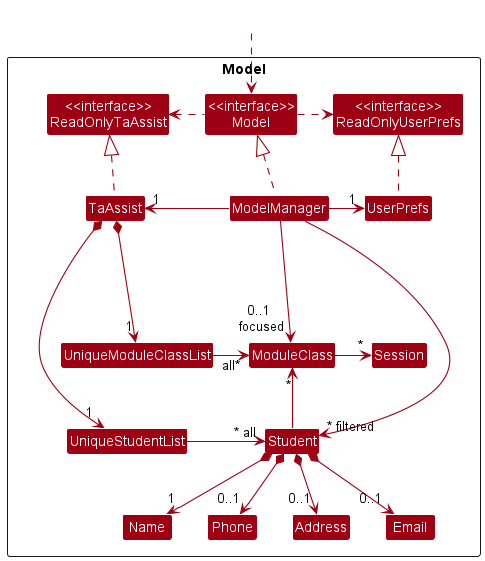
Above: docs/images/ModelClassDiagram.png in nus-cs2103-AY2223S1/tp (PlantUML), before the change.
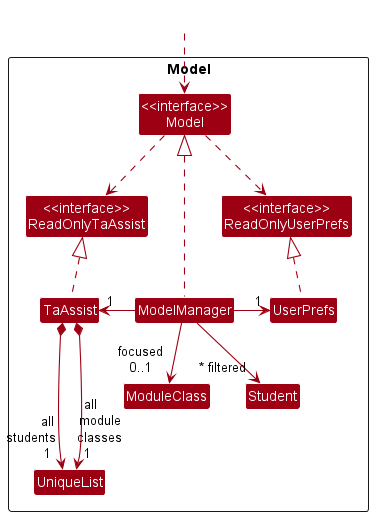
After the change.

Commit message:
Update DG with new diagrams and description of Model

What changed in the source:
```diff
@@ -11,16 +11,9 @@
 Class TaAssist
 Class ModelManager
 Class UserPrefs
-
-Class UniqueStudentList
-Class UniqueModuleClassList
 Class Student
-Class Address
-Class Email
-Class Name
-Class Phone
 Class ModuleClass
-Class Session
+Class UniqueList
 }
 
 Class HiddenOutside #FFFFFF
@@ -28,30 +21,17 @@
 
 TaAssist .up.|> ReadOnlyTaAssist
 
+Model .right.> ReadOnlyUserPrefs
+Model ..> ReadOnlyTaAssist
+
 ModelManager .up.|> Model
-Model .right.> ReadOnlyUserPrefs
-Model .left.> ReadOnlyTaAssist
 ModelManager -left-> "1" TaAssist
 ModelManager -right-> "1" UserPrefs
-ModelManager ---> "0..1 \nfocused" ModuleClass
+ModelManager --> "focused\n0..1" ModuleClass
 UserPrefs .up.|> ReadOnlyUserPrefs
 
-TaAssist *---> "1" UniqueStudentList
-TaAssist *--> "1" UniqueModuleClassList
+TaAssist *--down-> "\tall\nstudents\n\t1" UniqueList
+TaAssist *--down-> "all\t\nmodule\nclasses\n1\t" UniqueList
 
-UniqueStudentList -right-> "~* all" Student
-UniqueModuleClassList -left-> "all*" ModuleClass
-Student *--> "1" Name
-Student *--> "0..1" Phone
-Student *--> "0..1" Email
-Student *--> "0..1" Address
-Student -up-> "~*" ModuleClass
-
-ModuleClass -> "*" Session
-
-Name -[hidden]right-> Phone
-Phone -[hidden]right-> Address
-Address -[hidden]right-> Email
-
-ModelManager -left->"~* filtered" Student
+ModelManager -->"~* filtered" Student
 @enduml
```
